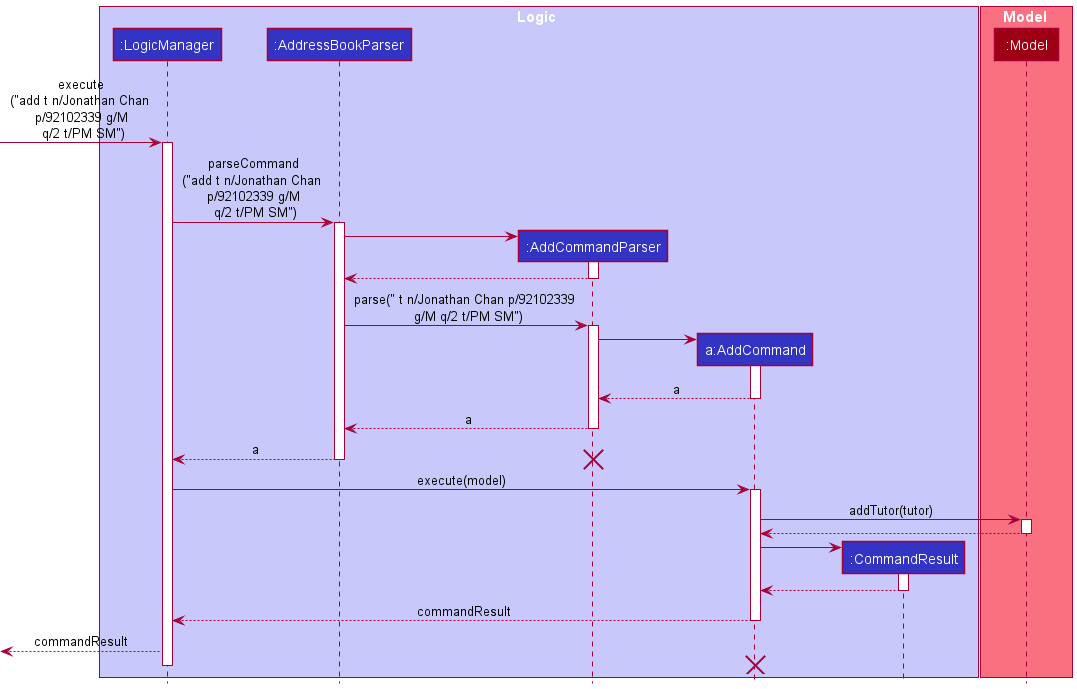
Earlier version of the PlantUML export docs/images/AddCommandSequenceDiagram.png (tenebrius1/tp).
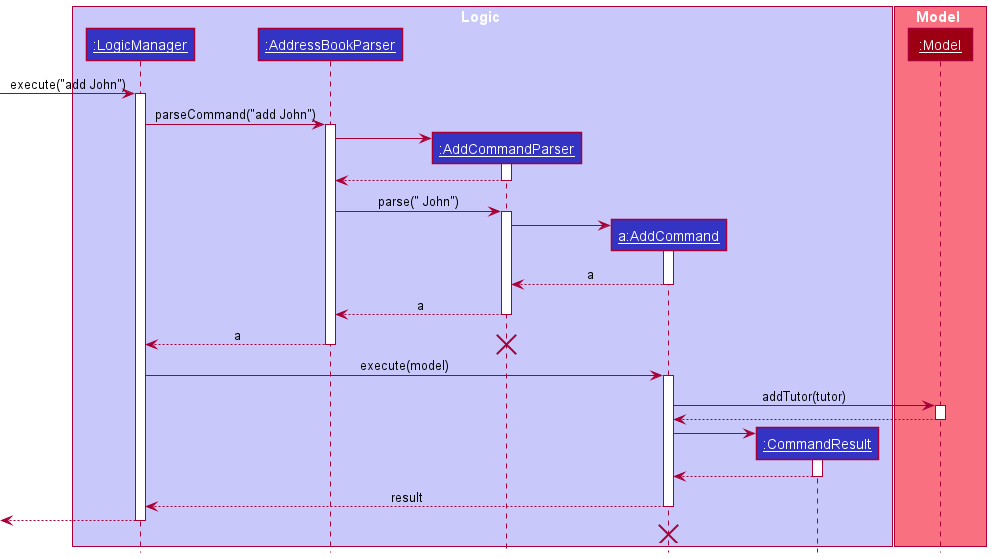
The same diagram one commit later.

The edit, as a diff of the source:
```diff
@@ -2,20 +2,20 @@
 !include style.puml
 
 box Logic LOGIC_COLOR_T1
-participant ":LogicManager" as LogicManager LOGIC_COLOR
-participant ":AddressBookParser" as AddressBookParser LOGIC_COLOR
-participant ":AddCommandParser" as AddCommandParser LOGIC_COLOR
-participant "a:AddCommand" as AddCommand LOGIC_COLOR
-participant ":CommandResult" as CommandResult LOGIC_COLOR
+participant "__:LogicManager__" as LogicManager LOGIC_COLOR
+participant "__:AddressBookParser__" as AddressBookParser LOGIC_COLOR
+participant "__:AddCommandParser__" as AddCommandParser LOGIC_COLOR
+participant "__a:AddCommand__" as AddCommand LOGIC_COLOR
+participant "__:CommandResult__" as CommandResult LOGIC_COLOR
 end box
 
 box Model MODEL_COLOR_T1
-participant ":Model" as Model MODEL_COLOR
+participant "__:Model__" as Model MODEL_COLOR
 end box
 
-[-> LogicManager : execute\n("add t n/Jonathan Chan \n p/92102339 g/M \n q/2 t/PM SM")
+[-> LogicManager : execute("add John")
 activate LogicManager
-LogicManager -> AddressBookParser : parseCommand\n("add t n/Jonathan Chan \n p/92102339 g/M \n q/2 t/PM SM")
+LogicManager -> AddressBookParser : parseCommand("add John")
 activate AddressBookParser
 
 create AddCommandParser
@@ -25,7 +25,7 @@
 AddressBookParser <-- AddCommandParser
 deactivate AddCommandParser
 
-AddressBookParser -> AddCommandParser : parse(" t n/Jonathan Chan p/92102339 \n g/M q/2 t/PM SM")
+AddressBookParser -> AddCommandParser : parse(" John")
 activate AddCommandParser
 
 create AddCommand
@@ -57,11 +57,11 @@
 CommandResult --> AddCommand
 deactivate CommandResult
 
-AddCommand --> LogicManager : commandResult
+AddCommand --> LogicManager : result
 deactivate AddCommand
 
-[<--LogicManager : commandResult
+[<--LogicManager
+deactivate LogicManager
 AddCommand -[hidden]-> LogicManager
 destroy AddCommand
-deactivate LogicManager
 @enduml
```
